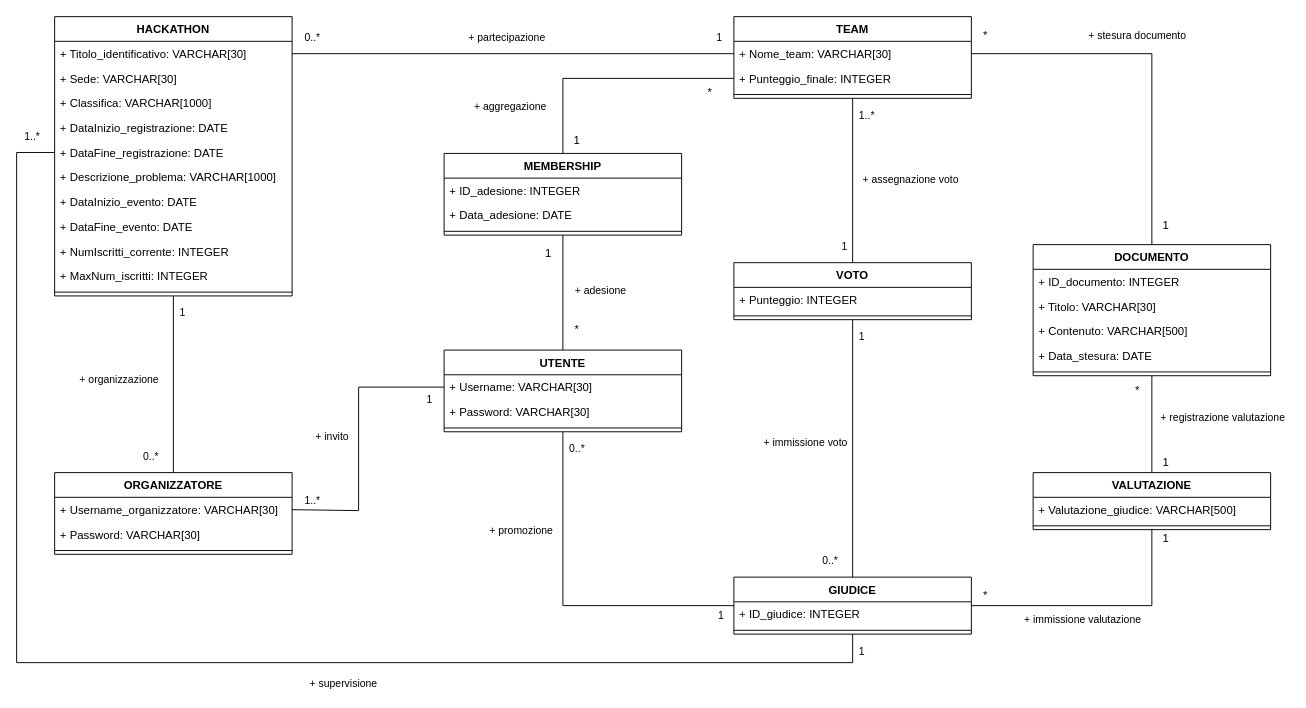
Earlier version of the draw.io diagram Documentazione/GraphSource/Hackathon_UMLRistrutturato.drawio (RyoSpikes/ProgettoBasiDati2025). Source tidied: cells renumbered, new cells numbered last; positions are measured from the earlier drawing's top-left corner, leaving out a move shared by most shapes. Both pictures are drawn from the tidied source at 95%, with x=0, y=0 at pixel (16, 16).
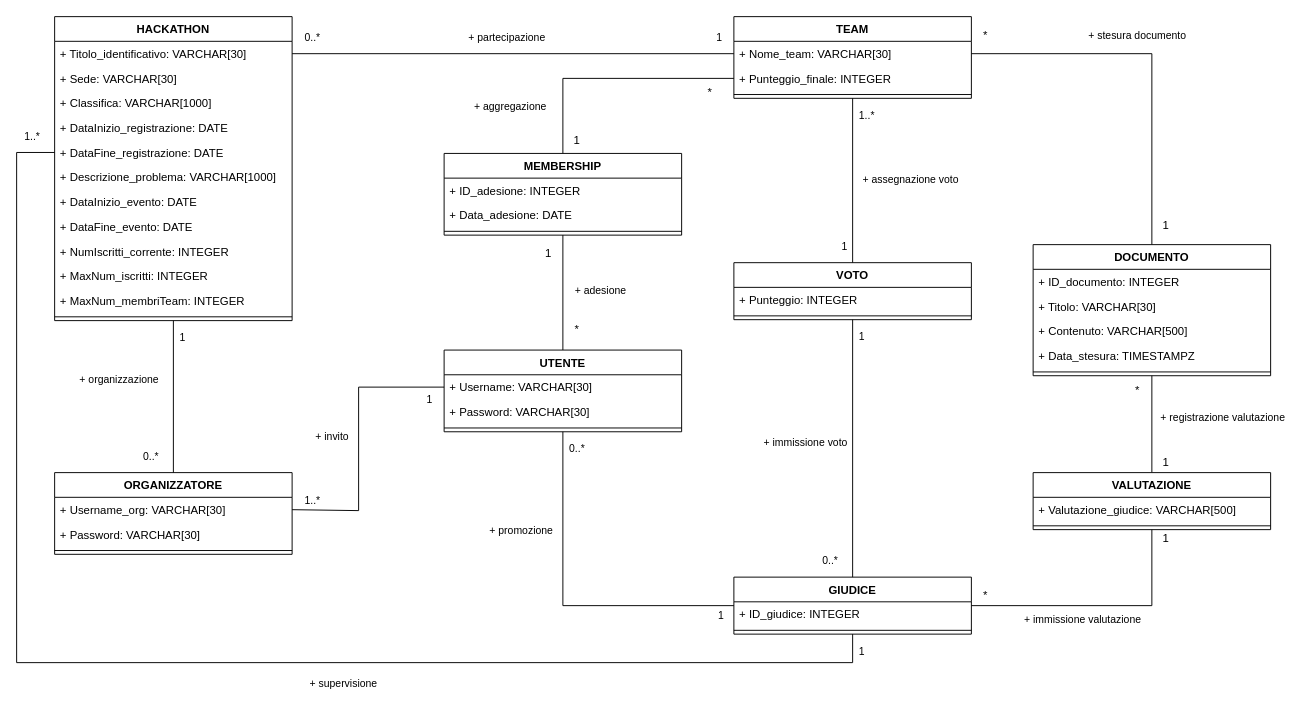
After the change.

Unchanged cells that the change refers to:
```xml
<mxCell id="23" value="ORGANIZZATORE" style="swimlane;fontStyle=1;align=center;verticalAlign=top;horizontal=1;startSize=26;whiteSpace=wrap;html=1;" parent="1" vertex="1">
  <mxGeometry x="40" y="480" width="250" height="86" as="geometry" />
</mxCell>
<mxCell id="32" value="DOCUMENTO" style="swimlane;fontStyle=1;align=center;verticalAlign=top;horizontal=1;startSize=26;whiteSpace=wrap;html=1;" parent="1" vertex="1">
  <mxGeometry x="1070" y="240" width="250" height="138" as="geometry" />
</mxCell>
```

What changed in the source:
```diff
@@
     <mxCell id="2" value="HACKATHON" style="swimlane;fontStyle=1;align=center;verticalAlign=top;horizontal=1;startSize=26;whiteSpace=wrap;html=1;" parent="1" vertex="1">
-      <mxGeometry x="40" width="250" height="294" as="geometry" />
+      <mxGeometry x="40" width="250" height="320" as="geometry" />
     </mxCell>
@@
+    <mxCell id="93" value="+ MaxNum_membriTeam&lt;span style=&quot;background-color: transparent; color: light-dark(rgb(0, 0, 0), rgb(255, 255, 255));&quot;&gt;: INTEGER&lt;/span&gt;" style="text;strokeColor=none;fillColor=none;align=left;verticalAlign=top;spacingLeft=4;spacingRight=4;overflow=hidden;whiteSpace=wrap;html=1;" parent="2" vertex="1">
+      <mxGeometry y="286" width="250" height="26" as="geometry" />
+    </mxCell>
     <mxCell id="13" style="line;strokeWidth=1;fillColor=none;align=left;verticalAlign=middle;spacingTop=-1;spacingLeft=3;spacingRight=3;labelPosition=right;strokeColor=inherit;" parent="2" vertex="1">
-      <mxGeometry y="286" width="250" height="8" as="geometry" />
+      <mxGeometry y="312" width="250" height="8" as="geometry" />
     </mxCell>
@@
-    <mxCell id="24" value="+ Username_organizzatore: VARCHAR[30]" style="text;strokeColor=none;fillColor=none;align=left;verticalAlign=top;spacingLeft=4;spacingRight=4;overflow=hidden;points=[[0,0.5],[1,0.5]];portConstraint=eastwest;whiteSpace=wrap;html=1;" parent="23" vertex="1">
+    <mxCell id="24" value="+ Username_org: VARCHAR[30]" style="text;strokeColor=none;fillColor=none;align=left;verticalAlign=top;spacingLeft=4;spacingRight=4;overflow=hidden;points=[[0,0.5],[1,0.5]];portConstraint=eastwest;whiteSpace=wrap;html=1;" parent="23" vertex="1">
       <mxGeometry y="26" width="250" height="26" as="geometry" />
     </mxCell>
@@
-    <mxCell id="36" value="+ Data_stesura: DATE" style="text;strokeColor=none;fillColor=none;align=left;verticalAlign=top;spacingLeft=4;spacingRight=4;overflow=hidden;whiteSpace=wrap;html=1;" parent="32" vertex="1">
+    <mxCell id="36" value="+ Data_stesura: TIMESTAMPZ" style="text;strokeColor=none;fillColor=none;align=left;verticalAlign=top;spacingLeft=4;spacingRight=4;overflow=hidden;whiteSpace=wrap;html=1;" parent="32" vertex="1">
       <mxGeometry y="104" width="250" height="26" as="geometry" />
     </mxCell>
```
